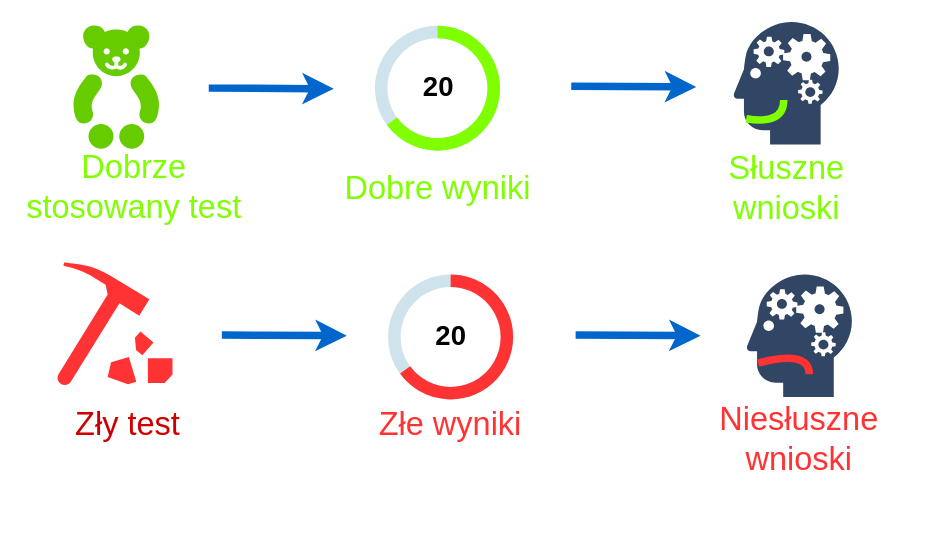
odmina/psychometria keeps this draw.io diagram as img/zletesty.drawio. Above is the earlier version. Source tidied: cells renumbered, new cells numbered last; positions are measured from the earlier drawing's top-left corner, leaving out a move shared by most shapes. Both pictures are drawn from the tidied source at 125%, with x=0, y=0 at pixel (21, 21).
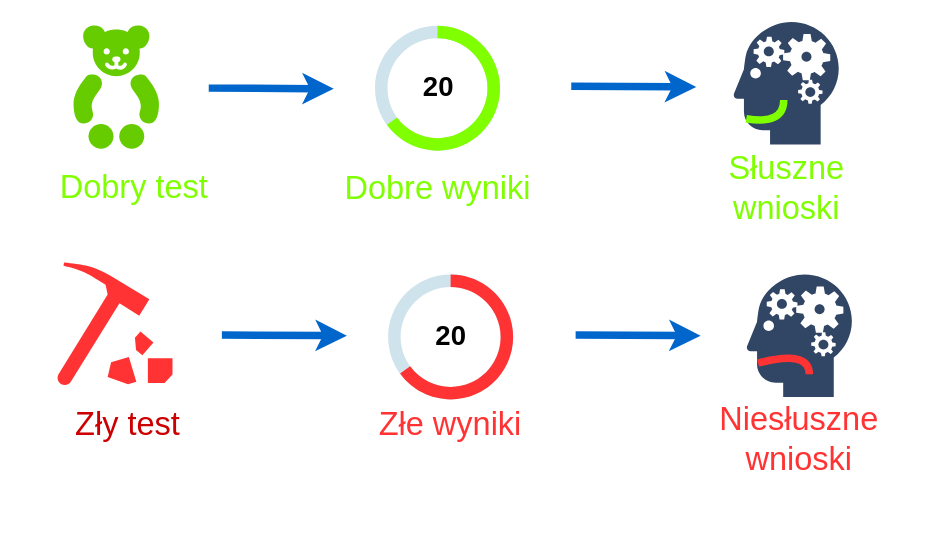
The same page after the edit.

Commit message (it also covers changes not shown here):
poprawiony obrazek zletesty

Change to the diagram source:
```diff
@@
-    <mxCell id="15" value="Dobrze stosowany test" style="text;html=1;strokeColor=none;fillColor=none;align=center;verticalAlign=middle;whiteSpace=wrap;rounded=0;fontSize=26;fontColor=#80FF00;" parent="1" vertex="1">
+    <mxCell id="15" value="Dobry test" style="text;html=1;strokeColor=none;fillColor=none;align=center;verticalAlign=middle;whiteSpace=wrap;rounded=0;fontSize=26;fontColor=#80FF00;" parent="1" vertex="1">
       <mxGeometry y="122" width="180" height="20" as="geometry" />
     </mxCell>
```
